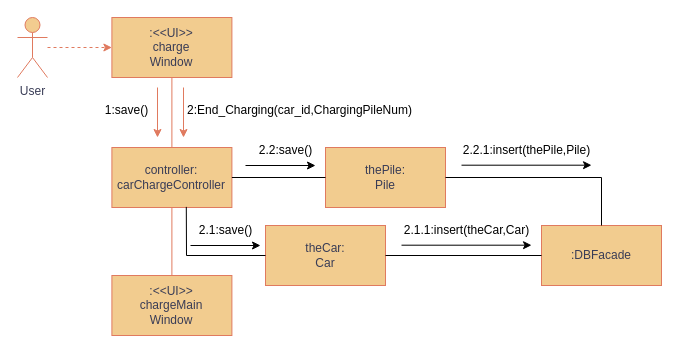
Before: 2.1.7.drawio in uk-pk-mkk/OOD-UML, a draw.io diagram. Source tidied: cells renumbered, new cells numbered last; positions are measured from the earlier drawing's top-left corner, leaving out a move shared by most shapes. Both pictures are drawn from the tidied source at 100%, with x=0, y=0 at pixel (17, 17).
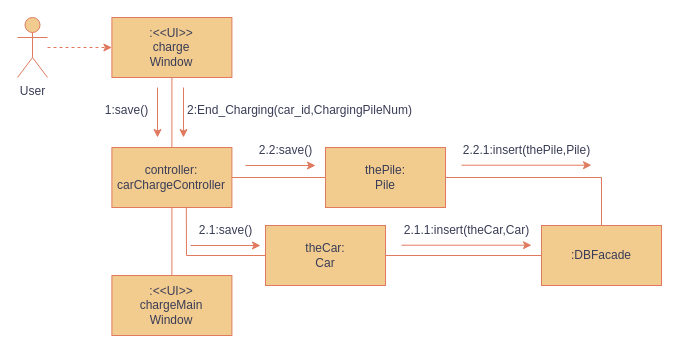
The same page after the edit.

The change refers to these unchanged cells:
```xml
<mxCell id="3" value="controller:&lt;br&gt;carChargeController" style="rounded=0;whiteSpace=wrap;html=1;labelBackgroundColor=none;fillColor=#F2CC8F;strokeColor=#E07A5F;fontColor=#393C56;" parent="1" vertex="1">
  <mxGeometry x="94.4" y="130" width="120" height="60" as="geometry" />
</mxCell>
<mxCell id="10" value="thePile&lt;span style=&quot;background-color: transparent; color: light-dark(rgb(57, 60, 86), rgb(182, 184, 207));&quot;&gt;:&lt;/span&gt;&lt;div&gt;&lt;span style=&quot;background-color: transparent; color: light-dark(rgb(57, 60, 86), rgb(182, 184, 207));&quot;&gt;Pile&lt;/span&gt;&lt;/div&gt;" style="rounded=0;whiteSpace=wrap;html=1;labelBackgroundColor=none;fillColor=#F2CC8F;strokeColor=#E07A5F;fontColor=#393C56;" parent="1" vertex="1">
  <mxGeometry x="308" y="130" width="120" height="60" as="geometry" />
</mxCell>
<mxCell id="11" value=":DBFacade" style="rounded=0;whiteSpace=wrap;html=1;labelBackgroundColor=none;fillColor=#F2CC8F;strokeColor=#E07A5F;fontColor=#393C56;" parent="1" vertex="1">
  <mxGeometry x="524" y="208" width="120" height="60" as="geometry" />
</mxCell>
<mxCell id="12" value="theCar&lt;span style=&quot;background-color: transparent; color: light-dark(rgb(57, 60, 86), rgb(182, 184, 207));&quot;&gt;:&lt;/span&gt;&lt;div&gt;Car&lt;/div&gt;" style="rounded=0;whiteSpace=wrap;html=1;labelBackgroundColor=none;fillColor=#F2CC8F;strokeColor=#E07A5F;fontColor=#393C56;" parent="1" vertex="1">
  <mxGeometry x="248" y="208" width="120" height="60" as="geometry" />
</mxCell>
```

Diff of the diagram source:
```diff
@@
-    <mxCell id="14" value="1:save()" style="text;html=1;align=center;verticalAlign=middle;strokeColor=none;fillColor=none;" parent="1" vertex="1">
+    <mxCell id="14" value="1:save()" style="text;html=1;align=center;verticalAlign=middle;strokeColor=none;fillColor=none;labelBackgroundColor=none;fontColor=#393C56;" parent="1" vertex="1">
       <mxGeometry x="74" y="78" width="70" height="30" as="geometry" />
     </mxCell>
-    <mxCell id="15" value="2:End_Charging(car_id,ChargingPileNum)" style="text;html=1;align=center;verticalAlign=middle;strokeColor=none;fillColor=none;" parent="1" vertex="1">
+    <mxCell id="15" value="2:End_Charging(car_id,ChargingPileNum)" style="text;html=1;align=center;verticalAlign=middle;strokeColor=none;fillColor=none;labelBackgroundColor=none;fontColor=#393C56;" parent="1" vertex="1">
       <mxGeometry x="157" y="78" width="250" height="30" as="geometry" />
     </mxCell>
-    <mxCell id="16" value="2.2:save()" style="text;html=1;align=center;verticalAlign=middle;strokeColor=none;fillColor=none;" parent="1" vertex="1">
+    <mxCell id="16" value="2.2:save()" style="text;html=1;align=center;verticalAlign=middle;strokeColor=none;fillColor=none;labelBackgroundColor=none;fontColor=#393C56;" parent="1" vertex="1">
       <mxGeometry x="228" y="118" width="80" height="30" as="geometry" />
     </mxCell>
-    <mxCell id="17" style="endArrow=none;html=1;rounded=0;entryX=0;entryY=0.5;entryDx=0;entryDy=0;" parent="1" edge="1" source="3" target="10">
+    <mxCell id="17" style="endArrow=none;html=1;rounded=0;entryX=0;entryY=0.5;entryDx=0;entryDy=0;labelBackgroundColor=none;strokeColor=#E07A5F;fontColor=default;" parent="1" edge="1" source="3" target="10">
       <mxGeometry relative="1" as="geometry" />
     </mxCell>
-    <mxCell id="18" style="endArrow=none;html=1;rounded=0;entryX=0.62;entryY=0.99;entryDx=0;entryDy=0;entryPerimeter=0;exitX=0;exitY=0.5;exitDx=0;exitDy=0;" parent="1" edge="1" source="12" target="3">
+    <mxCell id="18" style="endArrow=none;html=1;rounded=0;entryX=0.62;entryY=0.99;entryDx=0;entryDy=0;entryPerimeter=0;exitX=0;exitY=0.5;exitDx=0;exitDy=0;labelBackgroundColor=none;strokeColor=#E07A5F;fontColor=default;" parent="1" edge="1" source="12" target="3">
       <mxGeometry relative="1" as="geometry">
         <Array as="points">
           <mxPoint x="169" y="238" />
         </Array>
       </mxGeometry>
     </mxCell>
-    <mxCell id="19" value="2.1:save()" style="text;html=1;align=center;verticalAlign=middle;strokeColor=none;fillColor=none;" parent="1" vertex="1">
+    <mxCell id="19" value="2.1:save()" style="text;html=1;align=center;verticalAlign=middle;strokeColor=none;fillColor=none;labelBackgroundColor=none;fontColor=#393C56;" parent="1" vertex="1">
       <mxGeometry x="168" y="198" width="80" height="30" as="geometry" />
     </mxCell>
-    <mxCell id="20" style="endArrow=classic;html=1;rounded=0;" parent="1" edge="1">
+    <mxCell id="20" style="endArrow=classic;html=1;rounded=0;labelBackgroundColor=none;strokeColor=#E07A5F;fontColor=default;" parent="1" edge="1">
       <mxGeometry relative="1" as="geometry">
         <mxPoint x="173" y="228" as="sourcePoint" />
         <mxPoint x="243" y="228" as="targetPoint" />
       </mxGeometry>
     </mxCell>
-    <mxCell id="21" style="endArrow=classic;html=1;rounded=0;" parent="1" edge="1">
+    <mxCell id="21" style="endArrow=classic;html=1;rounded=0;labelBackgroundColor=none;strokeColor=#E07A5F;fontColor=default;" parent="1" edge="1">
       <mxGeometry relative="1" as="geometry">
         <mxPoint x="228" y="148" as="sourcePoint" />
         <mxPoint x="298" y="148" as="targetPoint" />
       </mxGeometry>
     </mxCell>
-    <mxCell id="22" style="endArrow=none;html=1;rounded=0;entryX=0;entryY=0.5;entryDx=0;entryDy=0;" parent="1" edge="1" source="12" target="11">
+    <mxCell id="22" style="endArrow=none;html=1;rounded=0;entryX=0;entryY=0.5;entryDx=0;entryDy=0;labelBackgroundColor=none;strokeColor=#E07A5F;fontColor=default;" parent="1" edge="1" source="12" target="11">
       <mxGeometry relative="1" as="geometry" />
     </mxCell>
-    <mxCell id="23" value="2.1.1:insert(theCar,Car)" style="text;html=1;align=center;verticalAlign=middle;strokeColor=none;fillColor=none;" parent="1" vertex="1">
+    <mxCell id="23" value="2.1.1:insert(theCar,Car)" style="text;html=1;align=center;verticalAlign=middle;strokeColor=none;fillColor=none;labelBackgroundColor=none;fontColor=#393C56;" parent="1" vertex="1">
       <mxGeometry x="374" y="198" width="150" height="30" as="geometry" />
     </mxCell>
-    <mxCell id="24" style="endArrow=classic;html=1;rounded=0;" parent="1" edge="1">
+    <mxCell id="24" style="endArrow=classic;html=1;rounded=0;labelBackgroundColor=none;strokeColor=#E07A5F;fontColor=default;" parent="1" edge="1">
       <mxGeometry relative="1" as="geometry">
         <mxPoint x="384" y="227.7" as="sourcePoint" />
         <mxPoint x="514" y="227.7" as="targetPoint" />
       </mxGeometry>
     </mxCell>
-    <mxCell id="25" style="endArrow=none;html=1;rounded=0;entryX=0.5;entryY=0;entryDx=0;entryDy=0;" parent="1" edge="1" source="10" target="11">
+    <mxCell id="25" style="endArrow=none;html=1;rounded=0;entryX=0.5;entryY=0;entryDx=0;entryDy=0;labelBackgroundColor=none;strokeColor=#E07A5F;fontColor=default;" parent="1" edge="1" source="10" target="11">
       <mxGeometry relative="1" as="geometry">
         <Array as="points">
           <mxPoint x="584" y="160" />
         </Array>
       </mxGeometry>
     </mxCell>
-    <mxCell id="26" value="2.2.1:insert(thePile,Pile)" style="text;html=1;align=center;verticalAlign=middle;strokeColor=none;fillColor=none;" parent="1" vertex="1">
+    <mxCell id="26" value="2.2.1:insert(thePile,Pile)" style="text;html=1;align=center;verticalAlign=middle;strokeColor=none;fillColor=none;labelBackgroundColor=none;fontColor=#393C56;" parent="1" vertex="1">
       <mxGeometry x="434" y="118" width="150" height="30" as="geometry" />
     </mxCell>
-    <mxCell id="27" style="endArrow=classic;html=1;rounded=0;" parent="1" edge="1">
+    <mxCell id="27" style="endArrow=classic;html=1;rounded=0;labelBackgroundColor=none;strokeColor=#E07A5F;fontColor=default;" parent="1" edge="1">
       <mxGeometry relative="1" as="geometry">
         <mxPoint x="444" y="147.7" as="sourcePoint" />
         <mxPoint x="574" y="147.7" as="targetPoint" />
       </mxGeometry>
     </mxCell>
```
